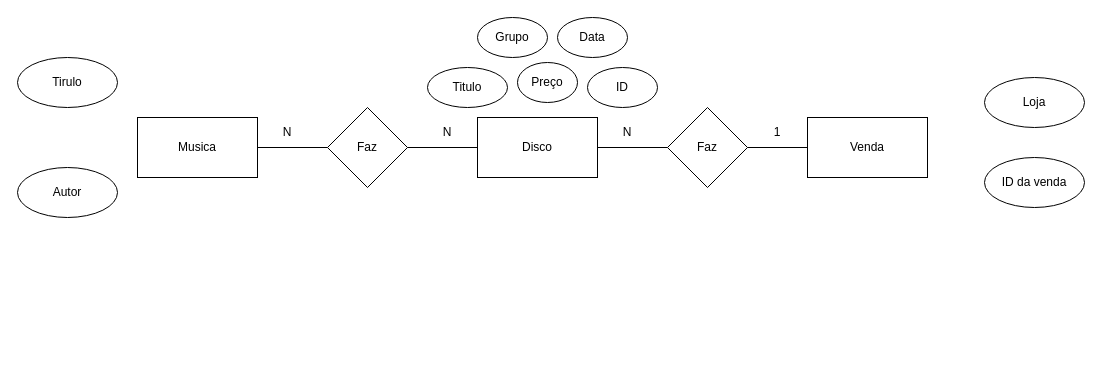
Earlier version of the draw.io diagram Ex_04.drawio (GoncaloPereira97/CESAE_Softdev_PRT_1023). Source tidied: cells renumbered, new cells numbered last; positions are measured from the earlier drawing's top-left corner, leaving out a move shared by most shapes. Both pictures are drawn from the tidied source at 100%, with x=0, y=0 at pixel (17, 17).
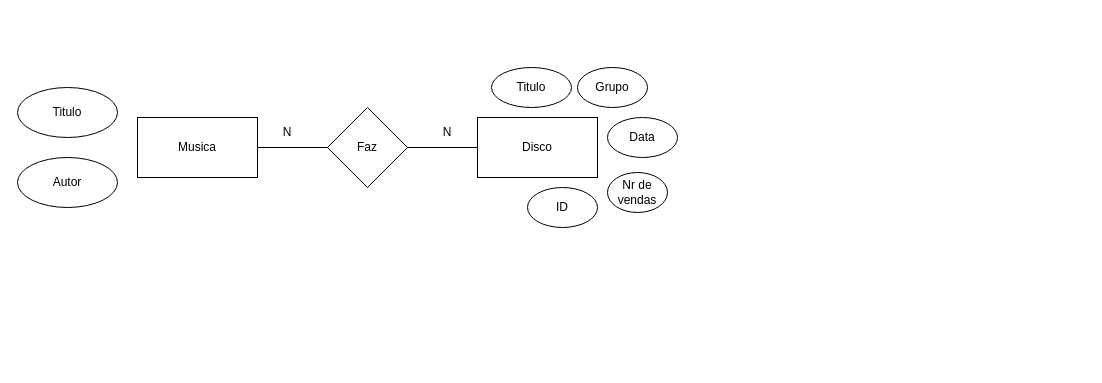
The same page after the edit.

Unchanged cells that the change refers to:
```xml
<mxCell id="2" value="Disco" style="rounded=0;whiteSpace=wrap;html=1;" parent="1" vertex="1">
  <mxGeometry x="460" y="100" width="120" height="60" as="geometry" />
</mxCell>
```

What changed in the source:
```diff
@@
-    <mxCell id="3" value="Venda" style="rounded=0;whiteSpace=wrap;html=1;" parent="1" vertex="1">
-      <mxGeometry x="790" y="100" width="120" height="60" as="geometry" />
-    </mxCell>
@@
-    <mxCell id="5" value="Faz" style="rhombus;whiteSpace=wrap;html=1;" parent="1" vertex="1">
-      <mxGeometry x="650" y="90" width="80" height="80" as="geometry" />
-    </mxCell>
@@
-    <mxCell id="7" style="endArrow=none;html=1;rounded=0;entryX=1;entryY=0.5;entryDx=0;entryDy=0;exitX=0;exitY=0.5;exitDx=0;exitDy=0;" parent="1" edge="1" source="3" target="5">
-      <mxGeometry relative="1" as="geometry" />
-    </mxCell>
-    <mxCell id="8" style="endArrow=none;html=1;rounded=0;exitX=1;exitY=0.5;exitDx=0;exitDy=0;entryX=0;entryY=0.5;entryDx=0;entryDy=0;" parent="1" edge="1" source="2" target="5">
-      <mxGeometry relative="1" as="geometry" />
-    </mxCell>
@@
-    <mxCell id="11" value="1" style="text;html=1;strokeColor=none;fillColor=none;align=center;verticalAlign=middle;whiteSpace=wrap;rounded=0;" parent="1" vertex="1">
-      <mxGeometry x="730" y="100" width="60" height="30" as="geometry" />
-    </mxCell>
-    <mxCell id="12" value="N" style="text;html=1;strokeColor=none;fillColor=none;align=center;verticalAlign=middle;whiteSpace=wrap;rounded=0;" parent="1" vertex="1">
-      <mxGeometry x="580" y="100" width="60" height="30" as="geometry" />
-    </mxCell>
@@
-    <mxCell id="15" value="Autor" style="ellipse;whiteSpace=wrap;html=1;" parent="1" vertex="1">
-      <mxGeometry y="150" width="100" height="50" as="geometry" />
-    </mxCell>
-    <mxCell id="16" value="Tirulo" style="ellipse;whiteSpace=wrap;html=1;" parent="1" vertex="1">
-      <mxGeometry y="40" width="100" height="50" as="geometry" />
+    <mxCell id="16" value="Titulo" style="ellipse;whiteSpace=wrap;html=1;" parent="1" vertex="1">
+      <mxGeometry y="70" width="100" height="50" as="geometry" />
     </mxCell>
     <mxCell id="17" value="ID" style="ellipse;whiteSpace=wrap;html=1;" parent="1" vertex="1">
-      <mxGeometry x="570" y="50" width="70" height="40" as="geometry" />
+      <mxGeometry x="510" y="170" width="70" height="40" as="geometry" />
     </mxCell>
     <mxCell id="18" value="Grupo" style="ellipse;whiteSpace=wrap;html=1;" parent="1" vertex="1">
-      <mxGeometry x="460" width="70" height="40" as="geometry" />
+      <mxGeometry x="560" y="50" width="70" height="40" as="geometry" />
     </mxCell>
     <mxCell id="19" value="Data" style="ellipse;whiteSpace=wrap;html=1;" parent="1" vertex="1">
-      <mxGeometry x="540" width="70" height="40" as="geometry" />
+      <mxGeometry x="590" y="100" width="70" height="40" as="geometry" />
     </mxCell>
     <mxCell id="20" value="Titulo" style="ellipse;whiteSpace=wrap;html=1;" parent="1" vertex="1">
-      <mxGeometry x="410" y="50" width="80" height="40" as="geometry" />
+      <mxGeometry x="474" y="50" width="80" height="40" as="geometry" />
     </mxCell>
@@
-    <mxCell id="22" value="ID da venda" style="ellipse;whiteSpace=wrap;html=1;" parent="1" vertex="1">
-      <mxGeometry x="967" y="140" width="100" height="50" as="geometry" />
-    </mxCell>
-    <mxCell id="23" style="edgeStyle=orthogonalEdgeStyle;rounded=0;orthogonalLoop=1;jettySize=auto;html=1;exitX=0.5;exitY=1;exitDx=0;exitDy=0;" parent="1" edge="1">
-      <mxGeometry relative="1" as="geometry">
-        <mxPoint x="830" y="340" as="sourcePoint" />
-        <mxPoint x="830" y="340" as="targetPoint" />
-      </mxGeometry>
-    </mxCell>
-    <mxCell id="24" value="Loja" style="ellipse;whiteSpace=wrap;html=1;" parent="1" vertex="1">
-      <mxGeometry x="967" y="60" width="100" height="50" as="geometry" />
-    </mxCell>
-    <mxCell id="25" value="Preço" style="ellipse;whiteSpace=wrap;html=1;" parent="1" vertex="1">
-      <mxGeometry x="500" y="45" width="60" height="40" as="geometry" />
+    <mxCell id="25" value="Nr de vendas" style="ellipse;whiteSpace=wrap;html=1;" parent="1" vertex="1">
+      <mxGeometry x="590" y="155" width="60" height="40" as="geometry" />
     </mxCell>
+    <mxCell id="15" value="Autor" style="ellipse;whiteSpace=wrap;html=1;" parent="1" vertex="1">
+      <mxGeometry y="140" width="100" height="50" as="geometry" />
+    </mxCell>
```
